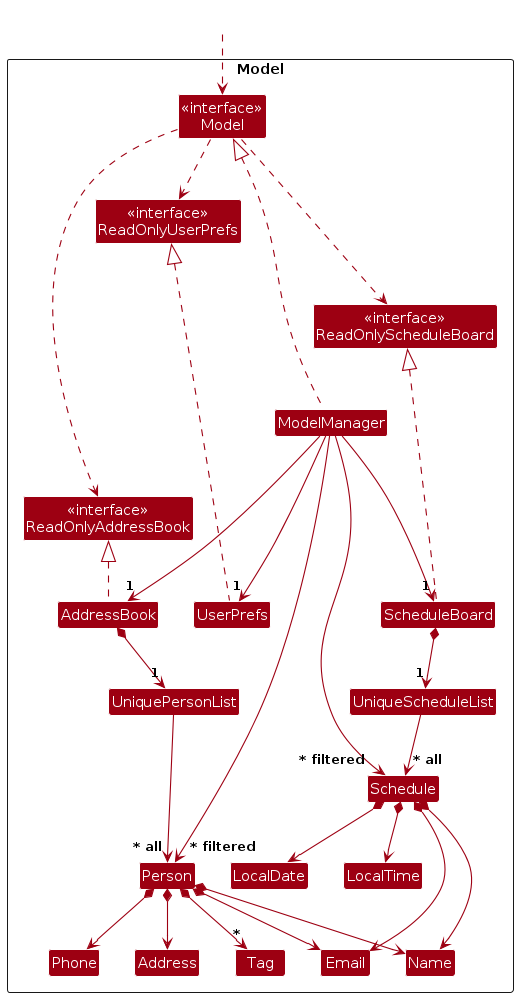
Earlier version of the PlantUML export diagrams/ModelClassDiagram.png (AY2425S2-CS2103T-T16-3/tp). Its source is kept beside it as diagrams/ModelClassDiagram.puml.
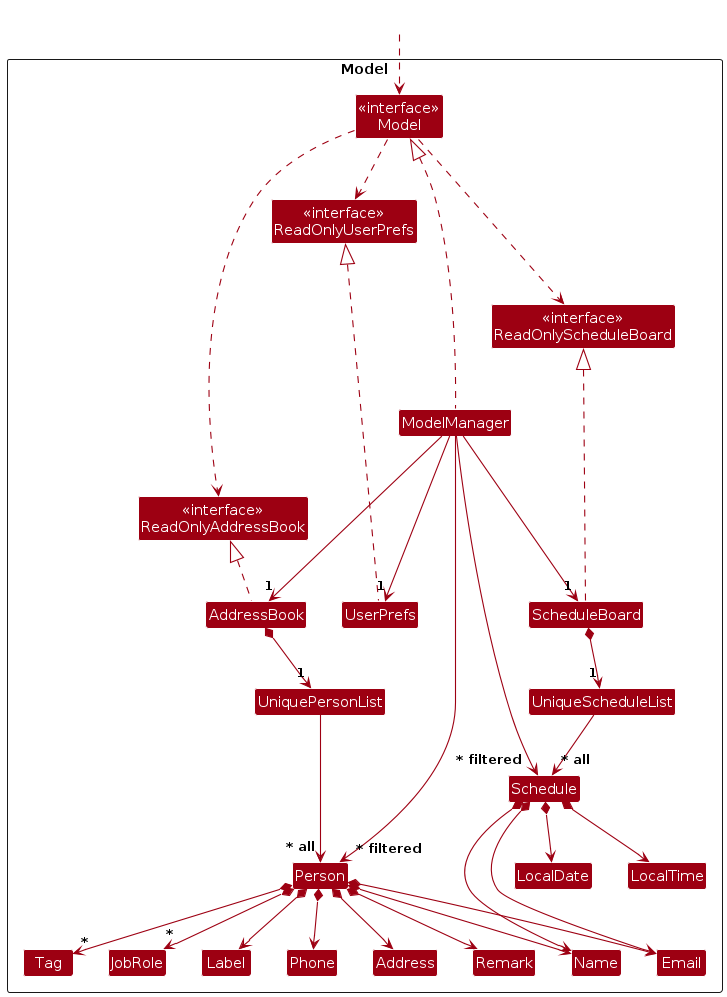
After the change.

Diff of the diagram source:
```diff
@@ -20,7 +20,10 @@
 Class Email
 Class Name
 Class Phone
+Class Label
+Class Remark
 Class Tag
+Class JobRole
 
 Class UniqueScheduleList
 Class Schedule
@@ -51,6 +54,9 @@
 Person *--> Phone
 Person *--> Email
 Person *--> Address
+Person *--> Label
+Person *--> Remark
+Person *--> "*" JobRole
 Person *--> "*" Tag
 
 ScheduleBoard *--> "1" UniqueScheduleList
```
